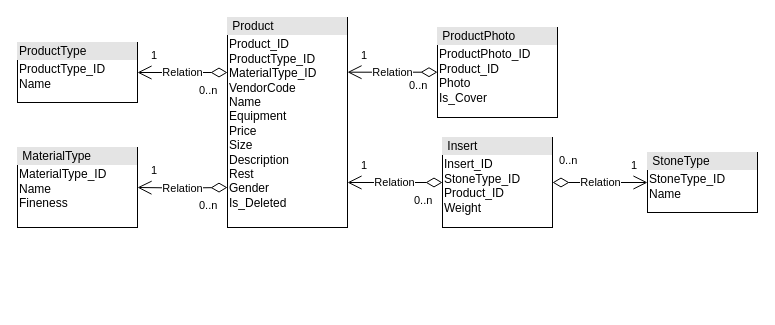
The draw.io diagram ER-diagram.drawio in omelchenkopete/SA, before the edit. Source tidied: cells renumbered, new cells numbered last; positions are measured from the earlier drawing's top-left corner, leaving out a move shared by most shapes. Both pictures are drawn from the tidied source at 100%, with x=0, y=0 at pixel (17, 17).
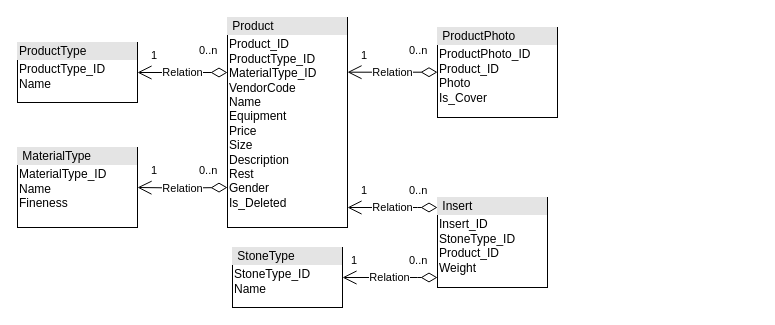
After the change.

Commit message:
sort blocks

The change refers to these unchanged cells:
```xml
<mxCell id="2" value="&lt;div style=&quot;box-sizing:border-box;width:100%;background:#e4e4e4;padding:2px;&quot;&gt;&amp;nbsp;Product&lt;/div&gt;&lt;table style=&quot;width:100%;font-size:1em;&quot; cellpadding=&quot;2&quot; cellspacing=&quot;0&quot;&gt;&lt;tbody&gt;&lt;tr&gt;&lt;td&gt;Product_ID&lt;br&gt;ProductType_ID&lt;br&gt;MaterialType_ID&lt;br&gt;VendorCode&lt;br&gt;Name&lt;br&gt;Equipment&lt;br&gt;Price&lt;br&gt;Size&lt;br&gt;Description&lt;br&gt;Rest&lt;br&gt;Gender&lt;br&gt;Is_Deleted&lt;br&gt;&lt;/td&gt;&lt;td&gt;&lt;/td&gt;&lt;/tr&gt;&lt;/tbody&gt;&lt;/table&gt;" style="verticalAlign=top;align=left;overflow=fill;html=1;whiteSpace=wrap;strokeColor=default;gradientColor=none;fillColor=default;rounded=0;glass=0;shadow=0;noLabel=0;portConstraintRotation=0;snapToPoint=0;fixDash=0;enumerate=0;comic=0;" parent="1" vertex="1">
  <mxGeometry x="210" width="120" height="210" as="geometry" />
</mxCell>
<mxCell id="8" value="Relation" style="endArrow=open;html=1;endSize=12;startArrow=diamondThin;startSize=14;startFill=0;edgeStyle=orthogonalEdgeStyle;rounded=0;" parent="1" edge="1">
  <mxGeometry relative="1" as="geometry">
    <mxPoint x="420" y="54.7" as="sourcePoint" />
    <mxPoint x="330" y="54.7" as="targetPoint" />
    <Array as="points">
      <mxPoint x="371" y="54.5" />
    </Array>
  </mxGeometry>
</mxCell>
<mxCell id="14" value="Relation" style="endArrow=open;html=1;endSize=12;startArrow=diamondThin;startSize=14;startFill=0;edgeStyle=orthogonalEdgeStyle;rounded=0;" parent="1" edge="1" target="6">
  <mxGeometry relative="1" as="geometry">
    <mxPoint x="210" y="55" as="sourcePoint" />
    <Array as="points">
      <mxPoint x="180" y="55" />
      <mxPoint x="180" y="55" />
    </Array>
  </mxGeometry>
</mxCell>
<mxCell id="17" value="Relation" style="endArrow=open;html=1;endSize=12;startArrow=diamondThin;startSize=14;startFill=0;edgeStyle=orthogonalEdgeStyle;rounded=0;" parent="1" edge="1" target="7">
  <mxGeometry relative="1" as="geometry">
    <mxPoint x="210" y="170" as="sourcePoint" />
  </mxGeometry>
</mxCell>
```

The edit, as a diff of the source:
```diff
@@
     <mxCell id="4" value="&lt;div style=&quot;box-sizing:border-box;width:100%;background:#e4e4e4;padding:2px;&quot;&gt;&amp;nbsp;Insert&lt;/div&gt;&lt;table style=&quot;width:100%;font-size:1em;&quot; cellpadding=&quot;2&quot; cellspacing=&quot;0&quot;&gt;&lt;tbody&gt;&lt;tr&gt;&lt;td&gt;Insert_ID&lt;br&gt;StoneType_ID&lt;br&gt;Product_ID&lt;br&gt;Weight&lt;br&gt;&lt;/td&gt;&lt;td&gt;&lt;/td&gt;&lt;/tr&gt;&lt;/tbody&gt;&lt;/table&gt;" style="verticalAlign=top;align=left;overflow=fill;html=1;whiteSpace=wrap;strokeColor=default;gradientColor=none;fillColor=default;rounded=0;glass=0;shadow=0;noLabel=0;portConstraintRotation=0;snapToPoint=0;fixDash=0;enumerate=0;comic=0;" parent="1" vertex="1">
-      <mxGeometry x="425" y="120" width="110" height="90" as="geometry" />
+      <mxGeometry x="420" y="180" width="110" height="90" as="geometry" />
     </mxCell>
     <mxCell id="5" value="&lt;div style=&quot;box-sizing:border-box;width:100%;background:#e4e4e4;padding:2px;&quot;&gt;&amp;nbsp;StoneType&lt;/div&gt;&lt;table style=&quot;width:100%;font-size:1em;&quot; cellpadding=&quot;2&quot; cellspacing=&quot;0&quot;&gt;&lt;tbody&gt;&lt;tr&gt;&lt;td&gt;StoneType_ID&lt;br&gt;Name&lt;br&gt;&lt;/td&gt;&lt;td&gt;&lt;/td&gt;&lt;/tr&gt;&lt;/tbody&gt;&lt;/table&gt;" style="verticalAlign=top;align=left;overflow=fill;html=1;whiteSpace=wrap;strokeColor=default;gradientColor=none;fillColor=default;rounded=0;glass=0;shadow=0;noLabel=0;portConstraintRotation=0;snapToPoint=0;fixDash=0;enumerate=0;comic=0;" parent="1" vertex="1">
-      <mxGeometry x="630" y="135" width="110" height="60" as="geometry" />
+      <mxGeometry x="215" y="230" width="110" height="60" as="geometry" />
     </mxCell>
@@
     <mxCell id="9" value="0..n" style="edgeLabel;html=1;align=left;verticalAlign=top;" parent="8" vertex="1">
       <mxGeometry x="-1" relative="1" as="geometry">
-        <mxPoint x="-30" as="offset" />
+        <mxPoint x="-30" y="-35" as="offset" />
       </mxGeometry>
     </mxCell>
@@
-    <mxCell id="11" value="Relation" style="endArrow=open;html=1;endSize=12;startArrow=diamondThin;startSize=14;startFill=0;edgeStyle=orthogonalEdgeStyle;rounded=0;" parent="1" edge="1" source="4">
+    <mxCell id="11" value="Relation" style="endArrow=open;html=1;endSize=12;startArrow=diamondThin;startSize=14;startFill=0;edgeStyle=orthogonalEdgeStyle;rounded=0;" parent="1" edge="1" source="4" target="2">
       <mxGeometry relative="1" as="geometry">
-        <mxPoint x="330" y="165" as="targetPoint" />
         <Array as="points">
-          <mxPoint x="360" y="165" />
-          <mxPoint x="360" y="165" />
+          <mxPoint x="400" y="190" />
+          <mxPoint x="400" y="190" />
         </Array>
       </mxGeometry>
     </mxCell>
     <mxCell id="12" value="0..n" style="edgeLabel;html=1;align=left;verticalAlign=top;" parent="11" vertex="1">
       <mxGeometry x="-1" relative="1" as="geometry">
-        <mxPoint x="-30" y="5" as="offset" />
+        <mxPoint x="-30" y="-30" as="offset" />
       </mxGeometry>
     </mxCell>
@@
     <mxCell id="15" value="0..n" style="edgeLabel;html=1;align=left;verticalAlign=top;" parent="14" vertex="1">
       <mxGeometry x="-1" relative="1" as="geometry">
-        <mxPoint x="-30" y="5" as="offset" />
+        <mxPoint x="-30" y="-35" as="offset" />
       </mxGeometry>
     </mxCell>
@@
     <mxCell id="18" value="0..n" style="edgeLabel;html=1;align=left;verticalAlign=top;" parent="17" vertex="1">
       <mxGeometry x="-1" relative="1" as="geometry">
-        <mxPoint x="-30" y="5" as="offset" />
+        <mxPoint x="-30" y="-30" as="offset" />
       </mxGeometry>
     </mxCell>
@@
     <mxCell id="20" value="Relation" style="endArrow=open;html=1;endSize=12;startArrow=diamondThin;startSize=14;startFill=0;edgeStyle=orthogonalEdgeStyle;rounded=0;" parent="1" edge="1" source="4" target="5">
-      <mxGeometry relative="1" as="geometry" />
+      <mxGeometry relative="1" as="geometry">
+        <Array as="points">
+          <mxPoint x="400" y="260" />
+          <mxPoint x="400" y="260" />
+        </Array>
+      </mxGeometry>
     </mxCell>
     <mxCell id="21" value="0..n" style="edgeLabel;html=1;align=left;verticalAlign=top;" parent="20" vertex="1">
       <mxGeometry x="-1" relative="1" as="geometry">
-        <mxPoint x="5" y="-35" as="offset" />
+        <mxPoint x="-30" y="-30" as="offset" />
       </mxGeometry>
     </mxCell>
     <mxCell id="22" value="1" style="edgeLabel;html=1;align=right;verticalAlign=top;" parent="20" vertex="1">
       <mxGeometry x="1" relative="1" as="geometry">
-        <mxPoint x="-10" y="-30" as="offset" />
+        <mxPoint x="15" y="-30" as="offset" />
       </mxGeometry>
     </mxCell>
```
